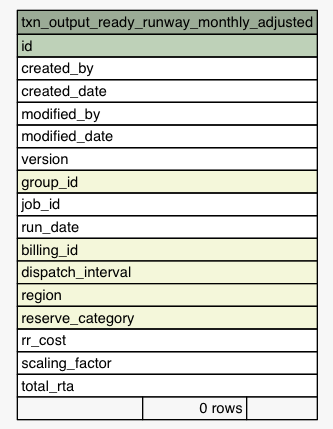
Earlier version of the Graphviz export Data/settlement/diagrams/summary/txn_output_ready_runway_monthly_adjusted.1degree.png (eyana-m/python-data-dictionary-writer). Its source is kept beside it as Data/settlement/diagrams/summary/txn_output_ready_runway_monthly_adjusted.1degree.dot.
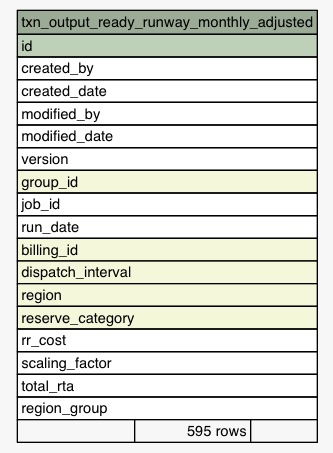
After the change.

What changed in the source:
```diff
@@ -35,7 +35,8 @@
       <TR><TD PORT="rr_cost" COLSPAN="3" ALIGN="LEFT">rr_cost</TD></TR>
       <TR><TD PORT="scaling_factor" COLSPAN="3" ALIGN="LEFT">scaling_factor</TD></TR>
       <TR><TD PORT="total_rta" COLSPAN="3" ALIGN="LEFT">total_rta</TD></TR>
-      <TR><TD ALIGN="LEFT" BGCOLOR="#f7f7f7">  </TD><TD ALIGN="RIGHT" BGCOLOR="#f7f7f7">0 rows</TD><TD ALIGN="RIGHT" BGCOLOR="#f7f7f7">  </TD></TR>
+      <TR><TD PORT="region_group" COLSPAN="3" ALIGN="LEFT">region_group</TD></TR>
+      <TR><TD ALIGN="LEFT" BGCOLOR="#f7f7f7">  </TD><TD ALIGN="RIGHT" BGCOLOR="#f7f7f7">595 rows</TD><TD ALIGN="RIGHT" BGCOLOR="#f7f7f7">  </TD></TR>
     </TABLE>>
     URL="tables/txn_output_ready_runway_monthly_adjusted.html"
     tooltip="txn_output_ready_runway_monthly_adjusted"
```
